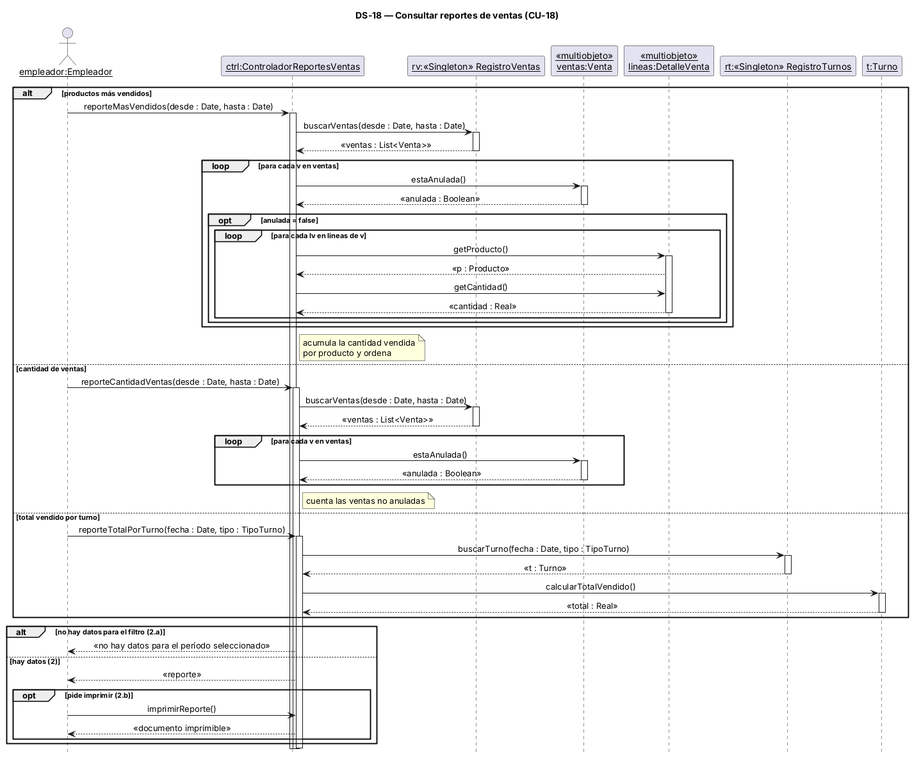
Before: 08-Diagrama De Secuencia/DS-18 Consultar reportes de ventas.png, a diagram exported from PlantUML (alanbalzaretti123/control-de-stock1).
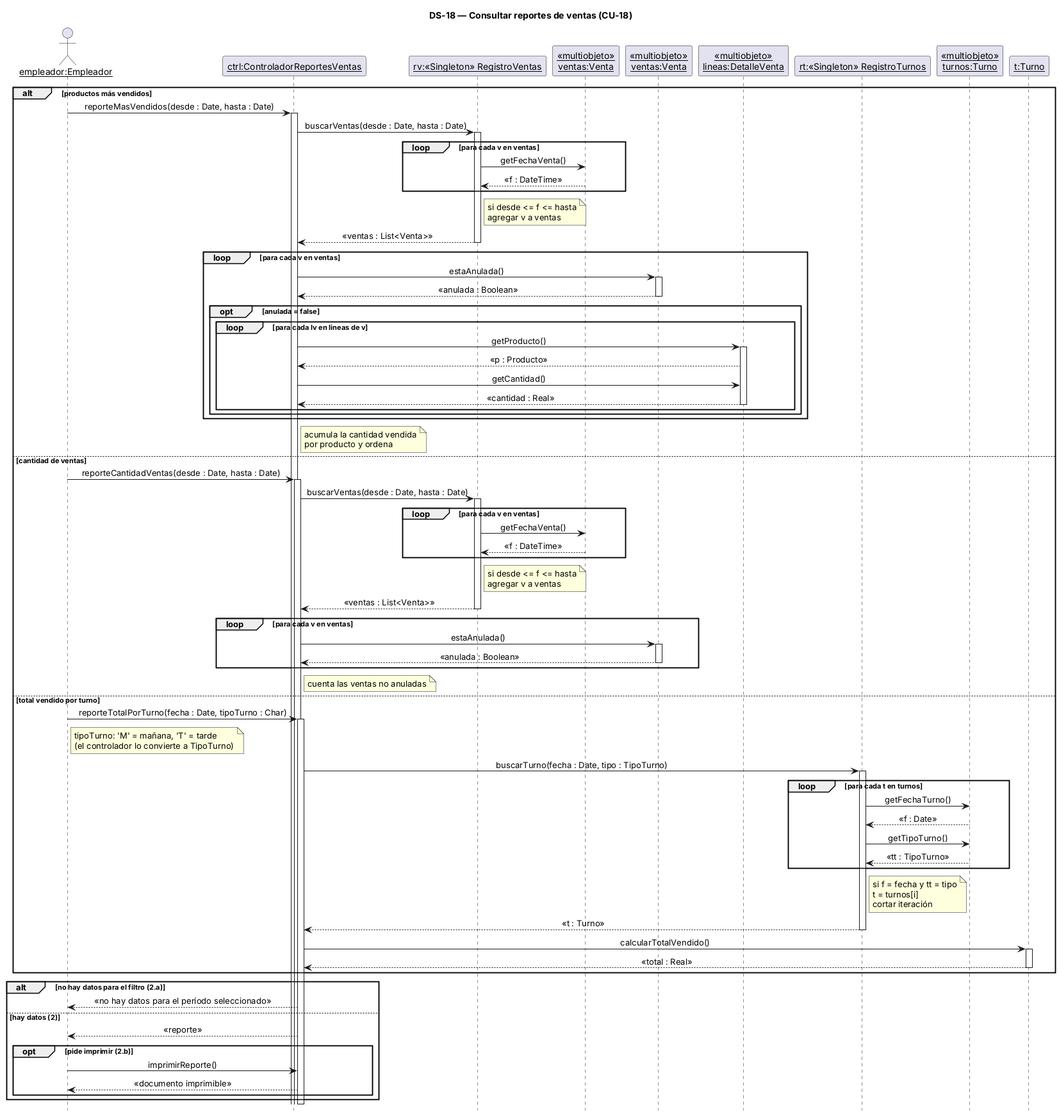
After the commit.

What changed in the source:
```diff
@@ -8,9 +8,11 @@
 actor "empleador:Empleador" as U
 participant "ctrl:ControladorReportesVentas" as C
 participant "rv:«Singleton» RegistroVentas" as RV
+participant "«multiobjeto»\nventas:Venta" as MVE
 participant "«multiobjeto»\nventas:Venta" as V
 participant "«multiobjeto»\nlineas:DetalleVenta" as LV
 participant "rt:«Singleton» RegistroTurnos" as RT
+participant "«multiobjeto»\nturnos:Turno" as MTU
 participant "t:Turno" as T
 
 alt productos más vendidos
@@ -18,6 +20,11 @@
   activate C
   C -> RV : buscarVentas(desde : Date, hasta : Date)
   activate RV
+  loop para cada v en ventas
+    RV -> MVE : getFechaVenta()
+    MVE --> RV : «f : DateTime»
+  end
+  note right of RV : si desde <= f <= hasta\nagregar v a ventas
   RV --> C : «ventas : List<Venta>»
   deactivate RV
   loop para cada v en ventas
@@ -42,6 +49,11 @@
   activate C
   C -> RV : buscarVentas(desde : Date, hasta : Date)
   activate RV
+  loop para cada v en ventas
+    RV -> MVE : getFechaVenta()
+    MVE --> RV : «f : DateTime»
+  end
+  note right of RV : si desde <= f <= hasta\nagregar v a ventas
   RV --> C : «ventas : List<Venta>»
   deactivate RV
   loop para cada v en ventas
@@ -52,10 +64,18 @@
   end
   note right of C : cuenta las ventas no anuladas
 else total vendido por turno
-  U -> C : reporteTotalPorTurno(fecha : Date, tipo : TipoTurno)
+  U -> C : reporteTotalPorTurno(fecha : Date, tipoTurno : Char)
+  note right of U : tipoTurno: 'M' = mañana, 'T' = tarde\n(el controlador lo convierte a TipoTurno)
   activate C
   C -> RT : buscarTurno(fecha : Date, tipo : TipoTurno)
   activate RT
+  loop para cada t en turnos
+    RT -> MTU : getFechaTurno()
+    MTU --> RT : «f : Date»
+    RT -> MTU : getTipoTurno()
+    MTU --> RT : «tt : TipoTurno»
+  end
+  note right of RT : si f = fecha y tt = tipo\nt = turnos[i]\ncortar iteración
   RT --> C : «t : Turno»
   deactivate RT
   C -> T : calcularTotalVendido()
```
